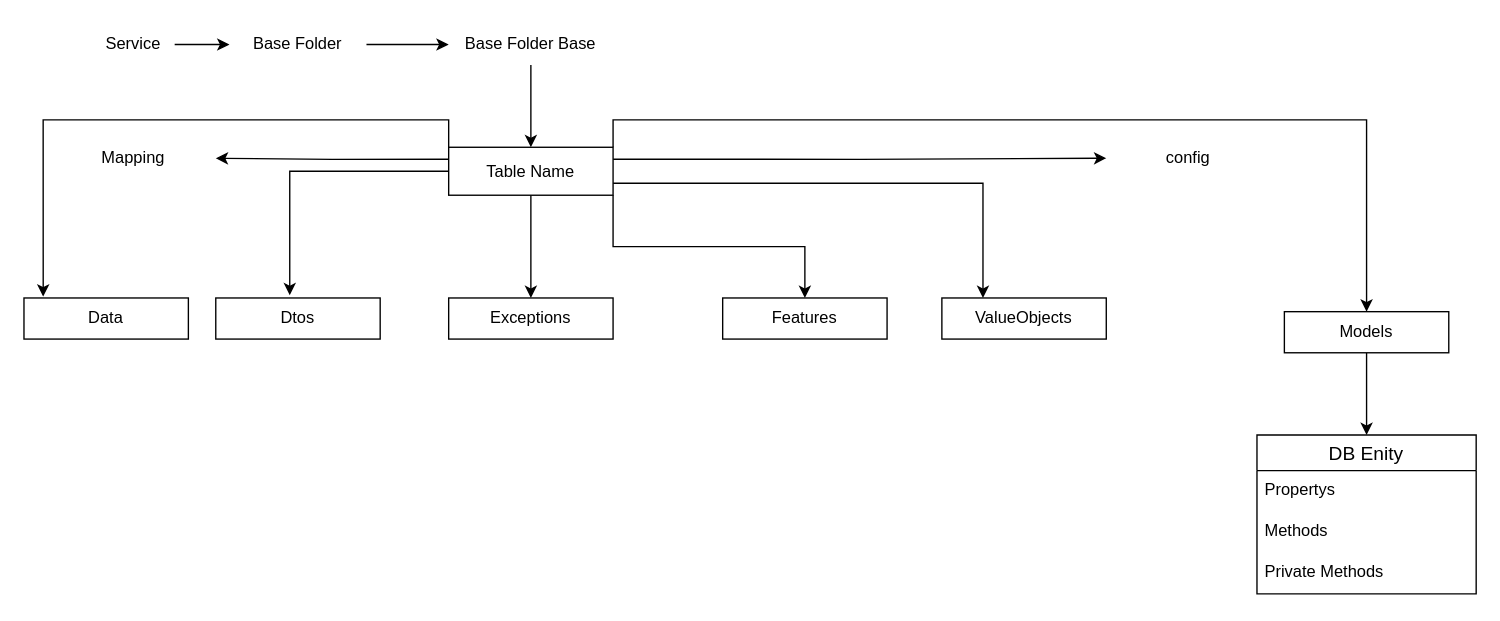
Above: SAFE Service structured Diagram.drawio in walidulhasan/UML (draw.io), before the change. Source tidied: cells renumbered, new cells numbered last; positions are measured from the earlier drawing's top-left corner, leaving out a move shared by most shapes. Both pictures are drawn from the tidied source at 137%, with x=0, y=0 at pixel (23, 23).
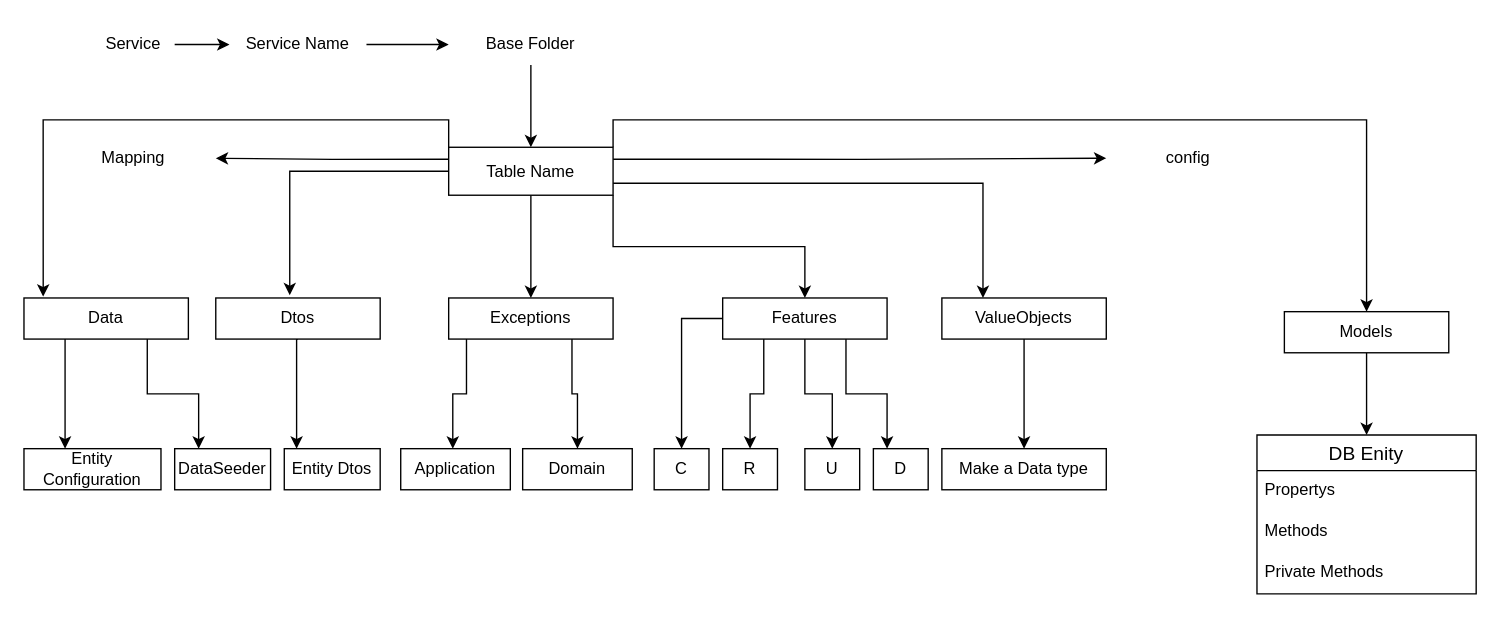
The same diagram, later.

Unchanged cells that the change refers to:
```xml
<mxCell id="17" value="Data" style="whiteSpace=wrap;html=1;" parent="1" vertex="1">
  <mxGeometry y="200" width="120" height="30" as="geometry" />
</mxCell>
<mxCell id="19" value="Exceptions" style="whiteSpace=wrap;html=1;" parent="1" vertex="1">
  <mxGeometry x="310" y="200" width="120" height="30" as="geometry" />
</mxCell>
<mxCell id="20" value="Features" style="whiteSpace=wrap;html=1;" parent="1" vertex="1">
  <mxGeometry x="510" y="200" width="120" height="30" as="geometry" />
</mxCell>
<mxCell id="23" value="ValueObjects" style="whiteSpace=wrap;html=1;" parent="1" vertex="1">
  <mxGeometry x="670" y="200" width="120" height="30" as="geometry" />
</mxCell>
```

Change to the diagram source:
```diff
@@
-    <mxCell id="5" value="Base Folder" style="text;html=1;strokeColor=none;fillColor=none;align=center;verticalAlign=middle;whiteSpace=wrap;rounded=0;" parent="1" vertex="1">
+    <mxCell id="5" value="Service Name" style="text;html=1;strokeColor=none;fillColor=none;align=center;verticalAlign=middle;whiteSpace=wrap;rounded=0;" parent="1" vertex="1">
       <mxGeometry x="150" width="100" height="30" as="geometry" />
     </mxCell>
@@
-    <mxCell id="7" value="Base Folder Base" style="text;html=1;strokeColor=none;fillColor=none;align=center;verticalAlign=middle;whiteSpace=wrap;rounded=0;" parent="1" vertex="1">
+    <mxCell id="7" value="Base Folder" style="text;html=1;strokeColor=none;fillColor=none;align=center;verticalAlign=middle;whiteSpace=wrap;rounded=0;" parent="1" vertex="1">
       <mxGeometry x="310" width="120" height="30" as="geometry" />
     </mxCell>
@@
+    <mxCell id="30" style="edgeStyle=orthogonalEdgeStyle;rounded=0;jettySize=auto;html=1;" parent="1" edge="1" source="17" target="40">
+      <mxGeometry relative="1" as="geometry">
+        <Array as="points">
+          <mxPoint x="30" y="250" />
+          <mxPoint x="30" y="250" />
+        </Array>
+      </mxGeometry>
+    </mxCell>
+    <mxCell id="31" style="edgeStyle=orthogonalEdgeStyle;rounded=0;jettySize=auto;html=1;exitX=0.75;exitY=1;exitDx=0;exitDy=0;entryX=0.25;entryY=0;entryDx=0;entryDy=0;" parent="1" edge="1" source="17" target="41">
+      <mxGeometry relative="1" as="geometry" />
+    </mxCell>
@@
+    <mxCell id="32" style="edgeStyle=orthogonalEdgeStyle;rounded=0;orthogonalLoop=1;jettySize=auto;html=1;exitX=0.5;exitY=1;exitDx=0;exitDy=0;entryX=0.129;entryY=0;entryDx=0;entryDy=0;entryPerimeter=0;" parent="1" edge="1">
+      <mxGeometry relative="1" as="geometry">
+        <mxPoint x="200" y="230" as="sourcePoint" />
+        <mxPoint x="199" y="310" as="targetPoint" />
+        <Array as="points">
+          <mxPoint x="199" y="230" />
+        </Array>
+      </mxGeometry>
+    </mxCell>
@@
+    <mxCell id="33" style="edgeStyle=orthogonalEdgeStyle;rounded=0;orthogonalLoop=1;jettySize=auto;html=1;" parent="1" edge="1">
+      <mxGeometry relative="1" as="geometry">
+        <mxPoint x="323" y="230" as="sourcePoint" />
+        <mxPoint x="313" y="310" as="targetPoint" />
+        <Array as="points">
+          <mxPoint x="323" y="270" />
+          <mxPoint x="313" y="270" />
+        </Array>
+      </mxGeometry>
+    </mxCell>
+    <mxCell id="34" style="edgeStyle=orthogonalEdgeStyle;rounded=0;jettySize=auto;html=1;exitX=0.75;exitY=1;exitDx=0;exitDy=0;entryX=0.5;entryY=0;entryDx=0;entryDy=0;" parent="1" edge="1" source="19" target="44">
+      <mxGeometry relative="1" as="geometry" />
+    </mxCell>
@@
+    <mxCell id="35" style="edgeStyle=orthogonalEdgeStyle;rounded=0;jettySize=auto;html=1;" parent="1" edge="1" source="20" target="45">
+      <mxGeometry relative="1" as="geometry" />
+    </mxCell>
+    <mxCell id="36" style="edgeStyle=orthogonalEdgeStyle;rounded=0;jettySize=auto;html=1;exitX=0.25;exitY=1;exitDx=0;exitDy=0;entryX=0.5;entryY=0;entryDx=0;entryDy=0;" parent="1" edge="1" source="20" target="46">
+      <mxGeometry relative="1" as="geometry" />
+    </mxCell>
+    <mxCell id="37" style="edgeStyle=orthogonalEdgeStyle;rounded=0;jettySize=auto;html=1;exitX=0.5;exitY=1;exitDx=0;exitDy=0;entryX=0.5;entryY=0;entryDx=0;entryDy=0;" parent="1" edge="1" source="20" target="47">
+      <mxGeometry relative="1" as="geometry" />
+    </mxCell>
+    <mxCell id="38" style="edgeStyle=orthogonalEdgeStyle;rounded=0;jettySize=auto;html=1;exitX=0.75;exitY=1;exitDx=0;exitDy=0;entryX=0.25;entryY=0;entryDx=0;entryDy=0;" parent="1" edge="1" source="20" target="48">
+      <mxGeometry relative="1" as="geometry" />
+    </mxCell>
@@
+    <mxCell id="39" style="edgeStyle=orthogonalEdgeStyle;rounded=0;jettySize=auto;html=1;" parent="1" edge="1" source="23" target="49">
+      <mxGeometry relative="1" as="geometry" />
+    </mxCell>
@@
+    <mxCell id="40" value="Entity Configuration" style="whiteSpace=wrap;html=1;" parent="1" vertex="1">
+      <mxGeometry y="310" width="100" height="30" as="geometry" />
+    </mxCell>
+    <mxCell id="41" value="DataSeeder" style="whiteSpace=wrap;html=1;" parent="1" vertex="1">
+      <mxGeometry x="110" y="310" width="70" height="30" as="geometry" />
+    </mxCell>
+    <mxCell id="42" value="Entity Dtos" style="whiteSpace=wrap;html=1;" parent="1" vertex="1">
+      <mxGeometry x="190" y="310" width="70" height="30" as="geometry" />
+    </mxCell>
+    <mxCell id="43" value="Application" style="whiteSpace=wrap;html=1;" parent="1" vertex="1">
+      <mxGeometry x="275" y="310" width="80" height="30" as="geometry" />
+    </mxCell>
+    <mxCell id="44" value="Domain" style="whiteSpace=wrap;html=1;" parent="1" vertex="1">
+      <mxGeometry x="364" y="310" width="80" height="30" as="geometry" />
+    </mxCell>
+    <mxCell id="45" value="C" style="whiteSpace=wrap;html=1;" parent="1" vertex="1">
+      <mxGeometry x="460" y="310" width="40" height="30" as="geometry" />
+    </mxCell>
+    <mxCell id="46" value="R" style="whiteSpace=wrap;html=1;" parent="1" vertex="1">
+      <mxGeometry x="510" y="310" width="40" height="30" as="geometry" />
+    </mxCell>
+    <mxCell id="47" value="U" style="whiteSpace=wrap;html=1;" parent="1" vertex="1">
+      <mxGeometry x="570" y="310" width="40" height="30" as="geometry" />
+    </mxCell>
+    <mxCell id="48" value="D" style="whiteSpace=wrap;html=1;" parent="1" vertex="1">
+      <mxGeometry x="620" y="310" width="40" height="30" as="geometry" />
+    </mxCell>
+    <mxCell id="49" value="Make a Data type" style="whiteSpace=wrap;html=1;" parent="1" vertex="1">
+      <mxGeometry x="670" y="310" width="120" height="30" as="geometry" />
+    </mxCell>
```
